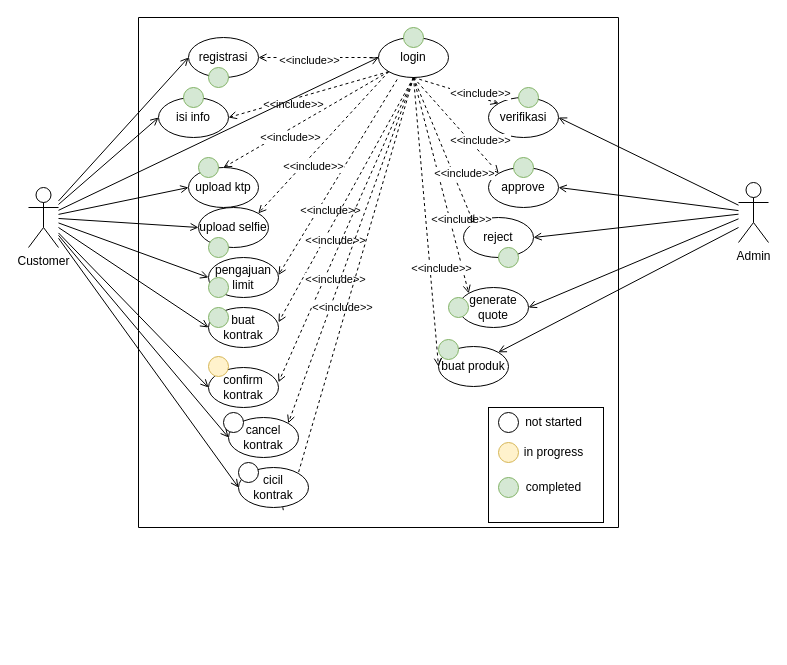
The draw.io diagram page "use case" (1 of 5) of docs/docs.drawio in skyespirates/sikmatek, before the edit. Source tidied: cells renumbered, new cells numbered last; positions are measured from the earlier drawing's top-left corner, leaving out a move shared by most shapes. Both pictures are drawn from the tidied source at 100%, with x=0, y=0 at pixel (28, 17).
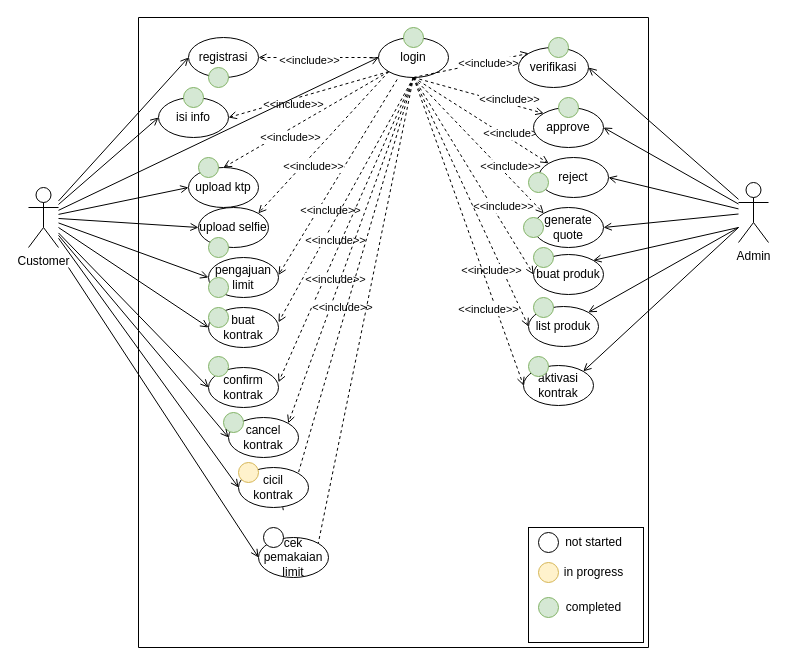
Above is the later version.

The change refers to these unchanged cells:
```xml
<mxCell id="9" value="login" style="ellipse;whiteSpace=wrap;html=1;" parent="2" vertex="1">
  <mxGeometry x="240" y="20" width="70" height="40" as="geometry" />
</mxCell>
<mxCell id="28" style="edgeStyle=none;rounded=0;jettySize=auto;html=1;endArrow=open;endFill=0;dashed=1;exitX=0.5;exitY=1;exitDx=0;exitDy=0;entryX=0;entryY=0;entryDx=0;entryDy=0;" parent="2" edge="1" source="9" target="6">
  <mxGeometry relative="1" as="geometry" />
</mxCell>
```

The edit, as a diff of the source:
```diff
@@
     <mxCell id="2" style="swimlane;startSize=0;" parent="1" vertex="1">
-      <mxGeometry x="110" width="480" height="510" as="geometry" />
+      <mxGeometry x="110" width="510" height="630" as="geometry" />
     </mxCell>
@@
-    <mxCell id="6" value="verifikasi" style="ellipse;whiteSpace=wrap;html=1;" parent="2" vertex="1">
-      <mxGeometry x="350" y="80" width="70" height="40" as="geometry" />
-    </mxCell>
@@
-    <mxCell id="10" value="reject" style="ellipse;whiteSpace=wrap;html=1;" parent="2" vertex="1">
-      <mxGeometry x="325" y="200" width="70" height="40" as="geometry" />
-    </mxCell>
-    <mxCell id="11" value="generate&lt;br&gt;quote" style="ellipse;whiteSpace=wrap;html=1;" parent="2" vertex="1">
-      <mxGeometry x="320" y="270" width="70" height="40" as="geometry" />
-    </mxCell>
@@
     <mxCell id="29" value="&amp;lt;&amp;lt;include&amp;gt;&amp;gt;" style="edgeLabel;html=1;align=center;verticalAlign=middle;" parent="28" vertex="1">
       <mxGeometry x="0.32" y="2" relative="1" as="geometry">
-        <mxPoint x="9" as="offset" />
+        <mxPoint x="-1" y="3" as="offset" />
       </mxGeometry>
     </mxCell>
@@
-    <mxCell id="34" value="approve" style="ellipse;whiteSpace=wrap;html=1;" parent="2" vertex="1">
-      <mxGeometry x="350" y="150" width="70" height="40" as="geometry" />
-    </mxCell>
@@
-    <mxCell id="42" style="ellipse;whiteSpace=wrap;html=1;fillColor=#d5e8d4;strokeColor=#82b366;" parent="2" vertex="1">
-      <mxGeometry x="360" y="230" width="20" height="20" as="geometry" />
-    </mxCell>
-    <mxCell id="43" style="ellipse;whiteSpace=wrap;html=1;fillColor=#d5e8d4;strokeColor=#82b366;" parent="2" vertex="1">
-      <mxGeometry x="375" y="140" width="20" height="20" as="geometry" />
-    </mxCell>
@@
-    <mxCell id="51" style="ellipse;whiteSpace=wrap;html=1;fillColor=#d5e8d4;strokeColor=#82b366;" parent="2" vertex="1">
-      <mxGeometry x="380" y="70" width="20" height="20" as="geometry" />
-    </mxCell>
@@
-    <mxCell id="53" style="ellipse;whiteSpace=wrap;html=1;fillColor=#fff2cc;strokeColor=#d6b656;" parent="2" vertex="1">
+    <mxCell id="53" style="ellipse;whiteSpace=wrap;html=1;fillColor=#d5e8d4;strokeColor=#82b366;" parent="2" vertex="1">
       <mxGeometry x="70" y="339" width="20" height="20" as="geometry" />
     </mxCell>
-    <mxCell id="54" style="ellipse;whiteSpace=wrap;html=1;" parent="2" vertex="1">
+    <mxCell id="54" style="ellipse;whiteSpace=wrap;html=1;fillColor=#d5e8d4;strokeColor=#82b366;" parent="2" vertex="1">
       <mxGeometry x="85" y="395" width="20" height="20" as="geometry" />
     </mxCell>
-    <mxCell id="55" style="ellipse;whiteSpace=wrap;html=1;" parent="2" vertex="1">
+    <mxCell id="55" style="ellipse;whiteSpace=wrap;html=1;fillColor=#fff2cc;strokeColor=#d6b656;" parent="2" vertex="1">
       <mxGeometry x="100" y="445" width="20" height="20" as="geometry" />
     </mxCell>
+    <mxCell id="65" style="edgeStyle=none;rounded=0;jettySize=auto;html=1;endArrow=open;endFill=0;dashed=1;entryX=0;entryY=0.5;entryDx=0;entryDy=0;exitX=0.5;exitY=1;exitDx=0;exitDy=0;" parent="2" edge="1" source="9" target="63">
+      <mxGeometry relative="1" as="geometry" />
+    </mxCell>
+    <mxCell id="66" value="&amp;lt;&amp;lt;include&amp;gt;&amp;gt;" style="edgeLabel;html=1;align=center;verticalAlign=middle;" parent="65" vertex="1">
+      <mxGeometry x="0.32" y="2" relative="1" as="geometry">
+        <mxPoint x="9" as="offset" />
+      </mxGeometry>
+    </mxCell>
+    <mxCell id="85" style="group;" parent="2" vertex="1">
+      <mxGeometry x="390" y="510" width="115" height="115" as="geometry" />
+    </mxCell>
-    <mxCell id="56" style="whiteSpace=wrap;html=1;" parent="2" vertex="1">
-      <mxGeometry x="350" y="390" width="115" height="115" as="geometry" />
+    <mxCell id="56" style="whiteSpace=wrap;html=1;" parent="85" vertex="1">
+      <mxGeometry width="115" height="115" as="geometry" />
     </mxCell>
-    <mxCell id="57" style="ellipse;whiteSpace=wrap;html=1;" parent="2" vertex="1">
-      <mxGeometry x="360" y="395" width="20" height="20" as="geometry" />
+    <mxCell id="57" style="ellipse;whiteSpace=wrap;html=1;" parent="85" vertex="1">
+      <mxGeometry x="10" y="5" width="20" height="20" as="geometry" />
     </mxCell>
-    <mxCell id="58" value="not started" style="text;html=1;align=center;verticalAlign=middle;strokeColor=none;fillColor=none;" parent="2" vertex="1">
-      <mxGeometry x="380" y="395" width="70" height="20" as="geometry" />
+    <mxCell id="58" value="not started" style="text;html=1;align=center;verticalAlign=middle;strokeColor=none;fillColor=none;" parent="85" vertex="1">
+      <mxGeometry x="30" y="5" width="70" height="20" as="geometry" />
     </mxCell>
-    <mxCell id="59" style="ellipse;whiteSpace=wrap;html=1;fillColor=#fff2cc;strokeColor=#d6b656;" parent="2" vertex="1">
-      <mxGeometry x="360" y="425" width="20" height="20" as="geometry" />
+    <mxCell id="59" style="ellipse;whiteSpace=wrap;html=1;fillColor=#fff2cc;strokeColor=#d6b656;" parent="85" vertex="1">
+      <mxGeometry x="10" y="35" width="20" height="20" as="geometry" />
     </mxCell>
-    <mxCell id="60" value="in progress" style="text;html=1;align=center;verticalAlign=middle;strokeColor=none;fillColor=none;" parent="2" vertex="1">
-      <mxGeometry x="380" y="425" width="70" height="20" as="geometry" />
+    <mxCell id="60" value="in progress" style="text;html=1;align=center;verticalAlign=middle;strokeColor=none;fillColor=none;" parent="85" vertex="1">
+      <mxGeometry x="30" y="35" width="70" height="20" as="geometry" />
     </mxCell>
-    <mxCell id="61" style="ellipse;whiteSpace=wrap;html=1;fillColor=#d5e8d4;strokeColor=#82b366;" parent="2" vertex="1">
-      <mxGeometry x="360" y="460" width="20" height="20" as="geometry" />
+    <mxCell id="61" style="ellipse;whiteSpace=wrap;html=1;fillColor=#d5e8d4;strokeColor=#82b366;" parent="85" vertex="1">
+      <mxGeometry x="10" y="70" width="20" height="20" as="geometry" />
     </mxCell>
-    <mxCell id="62" value="completed" style="text;html=1;align=center;verticalAlign=middle;strokeColor=none;fillColor=none;" parent="2" vertex="1">
-      <mxGeometry x="380" y="460" width="70" height="20" as="geometry" />
+    <mxCell id="62" value="completed" style="text;html=1;align=center;verticalAlign=middle;strokeColor=none;fillColor=none;" parent="85" vertex="1">
+      <mxGeometry x="30" y="70" width="70" height="20" as="geometry" />
     </mxCell>
+    <mxCell id="86" style="group;" parent="2" vertex="1">
+      <mxGeometry x="380" y="20" width="70" height="50" as="geometry" />
+    </mxCell>
+    <mxCell id="6" value="verifikasi" style="ellipse;whiteSpace=wrap;html=1;" parent="86" vertex="1">
+      <mxGeometry y="10" width="70" height="40" as="geometry" />
+    </mxCell>
+    <mxCell id="51" style="ellipse;whiteSpace=wrap;html=1;fillColor=#d5e8d4;strokeColor=#82b366;" parent="86" vertex="1">
+      <mxGeometry x="30" width="20" height="20" as="geometry" />
+    </mxCell>
+    <mxCell id="87" style="group;" parent="2" vertex="1">
+      <mxGeometry x="395" y="80" width="70" height="50" as="geometry" />
+    </mxCell>
+    <mxCell id="34" value="approve" style="ellipse;whiteSpace=wrap;html=1;" parent="87" vertex="1">
+      <mxGeometry y="10" width="70" height="40" as="geometry" />
+    </mxCell>
+    <mxCell id="43" style="ellipse;whiteSpace=wrap;html=1;fillColor=#d5e8d4;strokeColor=#82b366;" parent="87" vertex="1">
+      <mxGeometry x="25" width="20" height="20" as="geometry" />
+    </mxCell>
+    <mxCell id="88" style="group;" parent="2" vertex="1">
+      <mxGeometry x="400" y="140" width="70" height="50" as="geometry" />
+    </mxCell>
+    <mxCell id="10" value="reject" style="ellipse;whiteSpace=wrap;html=1;" parent="88" vertex="1">
+      <mxGeometry width="70" height="40" as="geometry" />
+    </mxCell>
+    <mxCell id="89" style="group;" parent="2" vertex="1">
+      <mxGeometry x="385" y="190" width="80" height="40" as="geometry" />
+    </mxCell>
+    <mxCell id="11" value="generate&lt;br&gt;quote" style="ellipse;whiteSpace=wrap;html=1;" parent="89" vertex="1">
+      <mxGeometry x="10" width="70" height="40" as="geometry" />
+    </mxCell>
+    <mxCell id="67" style="ellipse;whiteSpace=wrap;html=1;fillColor=#d5e8d4;strokeColor=#82b366;" parent="89" vertex="1">
+      <mxGeometry y="10" width="20" height="20" as="geometry" />
+    </mxCell>
+    <mxCell id="90" style="group;" parent="2" vertex="1">
+      <mxGeometry x="395" y="230" width="70" height="47" as="geometry" />
+    </mxCell>
-    <mxCell id="63" value="buat produk" style="ellipse;whiteSpace=wrap;html=1;" parent="2" vertex="1">
-      <mxGeometry x="300" y="329" width="70" height="40" as="geometry" />
+    <mxCell id="63" value="buat produk" style="ellipse;whiteSpace=wrap;html=1;" parent="90" vertex="1">
+      <mxGeometry y="7" width="70" height="40" as="geometry" />
     </mxCell>
-    <mxCell id="64" style="ellipse;whiteSpace=wrap;html=1;fillColor=#d5e8d4;strokeColor=#82b366;" parent="2" vertex="1">
-      <mxGeometry x="300" y="322" width="20" height="20" as="geometry" />
+    <mxCell id="64" style="ellipse;whiteSpace=wrap;html=1;fillColor=#d5e8d4;strokeColor=#82b366;" parent="90" vertex="1">
+      <mxGeometry width="20" height="20" as="geometry" />
     </mxCell>
-    <mxCell id="65" style="edgeStyle=none;rounded=0;jettySize=auto;html=1;endArrow=open;endFill=0;dashed=1;entryX=0;entryY=0.5;entryDx=0;entryDy=0;exitX=0.5;exitY=1;exitDx=0;exitDy=0;" parent="2" edge="1" source="9" target="63">
-      <mxGeometry relative="1" as="geometry" />
-    </mxCell>
-    <mxCell id="66" value="&amp;lt;&amp;lt;include&amp;gt;&amp;gt;" style="edgeLabel;html=1;align=center;verticalAlign=middle;" parent="65" vertex="1">
-      <mxGeometry x="0.32" y="2" relative="1" as="geometry">
-        <mxPoint x="9" as="offset" />
-      </mxGeometry>
-    </mxCell>
-    <mxCell id="67" style="ellipse;whiteSpace=wrap;html=1;fillColor=#d5e8d4;strokeColor=#82b366;" parent="2" vertex="1">
-      <mxGeometry x="310" y="280" width="20" height="20" as="geometry" />
-    </mxCell>
+    <mxCell id="91" style="edgeStyle=none;rounded=0;jettySize=auto;html=1;endArrow=open;endFill=0;dashed=1;entryX=0;entryY=0.5;entryDx=0;entryDy=0;exitX=0.5;exitY=1;exitDx=0;exitDy=0;" parent="2" edge="1" source="9" target="94">
+      <mxGeometry relative="1" as="geometry" />
+    </mxCell>
+    <mxCell id="92" value="&amp;lt;&amp;lt;include&amp;gt;&amp;gt;" style="edgeLabel;html=1;align=center;verticalAlign=middle;" parent="91" vertex="1">
+      <mxGeometry x="0.32" y="2" relative="1" as="geometry">
+        <mxPoint y="29" as="offset" />
+      </mxGeometry>
+    </mxCell>
+    <mxCell id="93" style="group;" parent="2" vertex="1">
+      <mxGeometry x="390" y="280" width="70" height="49" as="geometry" />
+    </mxCell>
+    <mxCell id="94" value="list produk" style="ellipse;whiteSpace=wrap;html=1;" parent="93" vertex="1">
+      <mxGeometry y="9" width="70" height="40" as="geometry" />
+    </mxCell>
+    <mxCell id="95" style="ellipse;whiteSpace=wrap;html=1;fillColor=#d5e8d4;strokeColor=#82b366;" parent="93" vertex="1">
+      <mxGeometry x="5" width="20" height="20" as="geometry" />
+    </mxCell>
+    <mxCell id="96" style="group;" parent="2" vertex="1">
+      <mxGeometry x="385" y="339" width="70" height="49" as="geometry" />
+    </mxCell>
+    <mxCell id="97" value="aktivasi kontrak" style="ellipse;whiteSpace=wrap;html=1;" parent="96" vertex="1">
+      <mxGeometry y="9" width="70" height="40" as="geometry" />
+    </mxCell>
+    <mxCell id="98" style="ellipse;whiteSpace=wrap;html=1;fillColor=#d5e8d4;strokeColor=#82b366;" parent="96" vertex="1">
+      <mxGeometry x="5" width="20" height="20" as="geometry" />
+    </mxCell>
+    <mxCell id="99" style="edgeStyle=none;rounded=0;jettySize=auto;html=1;endArrow=open;endFill=0;dashed=1;entryX=0;entryY=0.5;entryDx=0;entryDy=0;exitX=0.5;exitY=1;exitDx=0;exitDy=0;" parent="2" edge="1" source="9" target="97">
+      <mxGeometry relative="1" as="geometry" />
+    </mxCell>
+    <mxCell id="100" value="&amp;lt;&amp;lt;include&amp;gt;&amp;gt;" style="edgeLabel;html=1;align=center;verticalAlign=middle;" parent="99" vertex="1">
+      <mxGeometry x="0.32" y="2" relative="1" as="geometry">
+        <mxPoint y="29" as="offset" />
+      </mxGeometry>
+    </mxCell>
+    <mxCell id="42" style="ellipse;whiteSpace=wrap;html=1;fillColor=#d5e8d4;strokeColor=#82b366;" parent="2" vertex="1">
+      <mxGeometry x="390" y="155" width="20" height="20" as="geometry" />
+    </mxCell>
+    <mxCell id="101" style="group;" parent="2" vertex="1">
+      <mxGeometry x="120" y="510" width="70" height="50" as="geometry" />
+    </mxCell>
+    <mxCell id="102" value="cek pemakaian limit" style="ellipse;whiteSpace=wrap;html=1;" parent="101" vertex="1">
+      <mxGeometry y="10" width="70" height="40" as="geometry" />
+    </mxCell>
+    <mxCell id="103" style="ellipse;whiteSpace=wrap;html=1;" parent="101" vertex="1">
+      <mxGeometry x="5" width="20" height="20" as="geometry" />
+    </mxCell>
+    <mxCell id="104" style="edgeStyle=none;rounded=0;jettySize=auto;html=1;endArrow=none;endFill=0;dashed=1;exitX=0.5;exitY=1;exitDx=0;exitDy=0;entryX=1;entryY=0;entryDx=0;entryDy=0;" parent="2" edge="1" source="9" target="102">
+      <mxGeometry relative="1" as="geometry" />
+    </mxCell>
@@
+    <mxCell id="105" style="edgeStyle=none;rounded=0;jettySize=auto;html=1;endArrow=open;endFill=0;entryX=1;entryY=0;entryDx=0;entryDy=0;" parent="1" edge="1" target="94">
+      <mxGeometry relative="1" as="geometry">
+        <mxPoint x="710" y="210" as="sourcePoint" />
+      </mxGeometry>
+    </mxCell>
+    <mxCell id="106" style="edgeStyle=none;rounded=0;jettySize=auto;html=1;endArrow=open;endFill=0;entryX=1;entryY=0;entryDx=0;entryDy=0;" parent="1" edge="1" target="97">
+      <mxGeometry relative="1" as="geometry">
+        <mxPoint x="710" y="210" as="sourcePoint" />
+      </mxGeometry>
+    </mxCell>
+    <mxCell id="107" style="edgeStyle=none;rounded=0;jettySize=auto;html=1;entryX=0;entryY=0.5;entryDx=0;entryDy=0;endArrow=open;endFill=0;" parent="1" edge="1" target="102">
+      <mxGeometry relative="1" as="geometry">
+        <mxPoint x="40" y="250" as="sourcePoint" />
+      </mxGeometry>
+    </mxCell>
```
